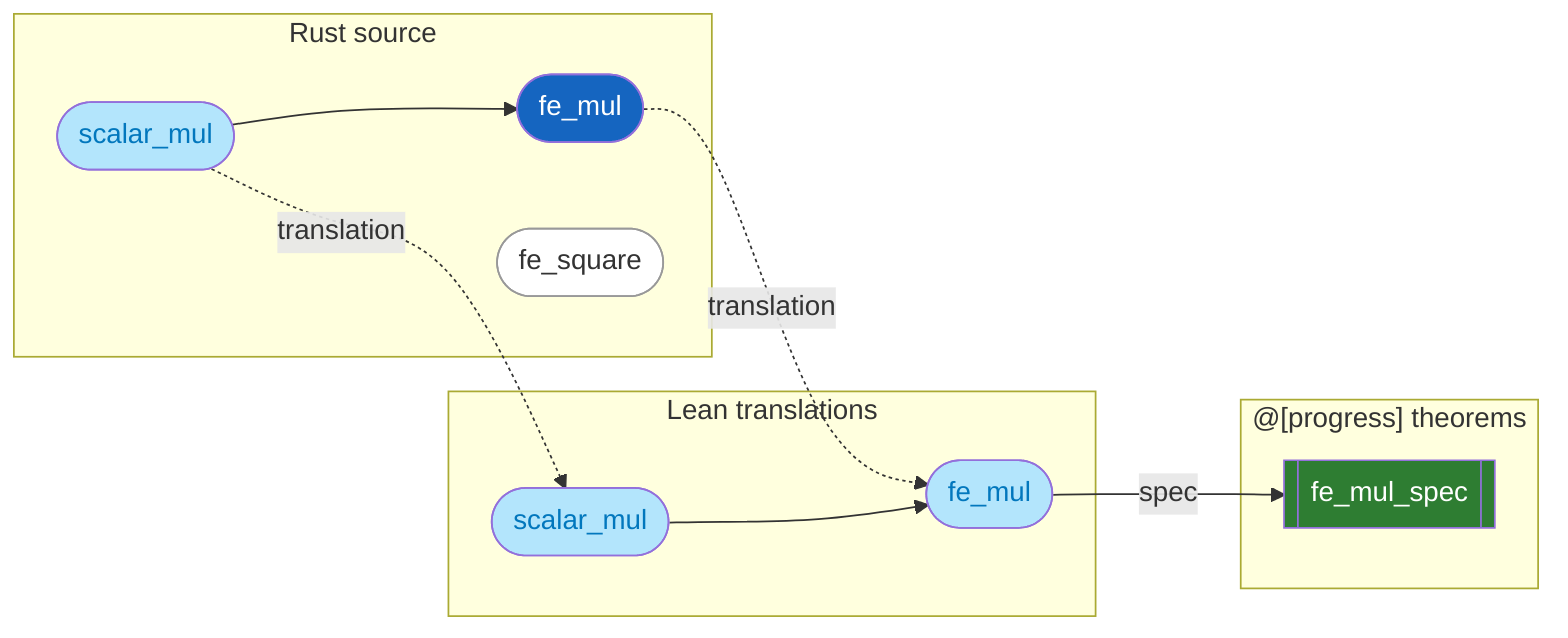
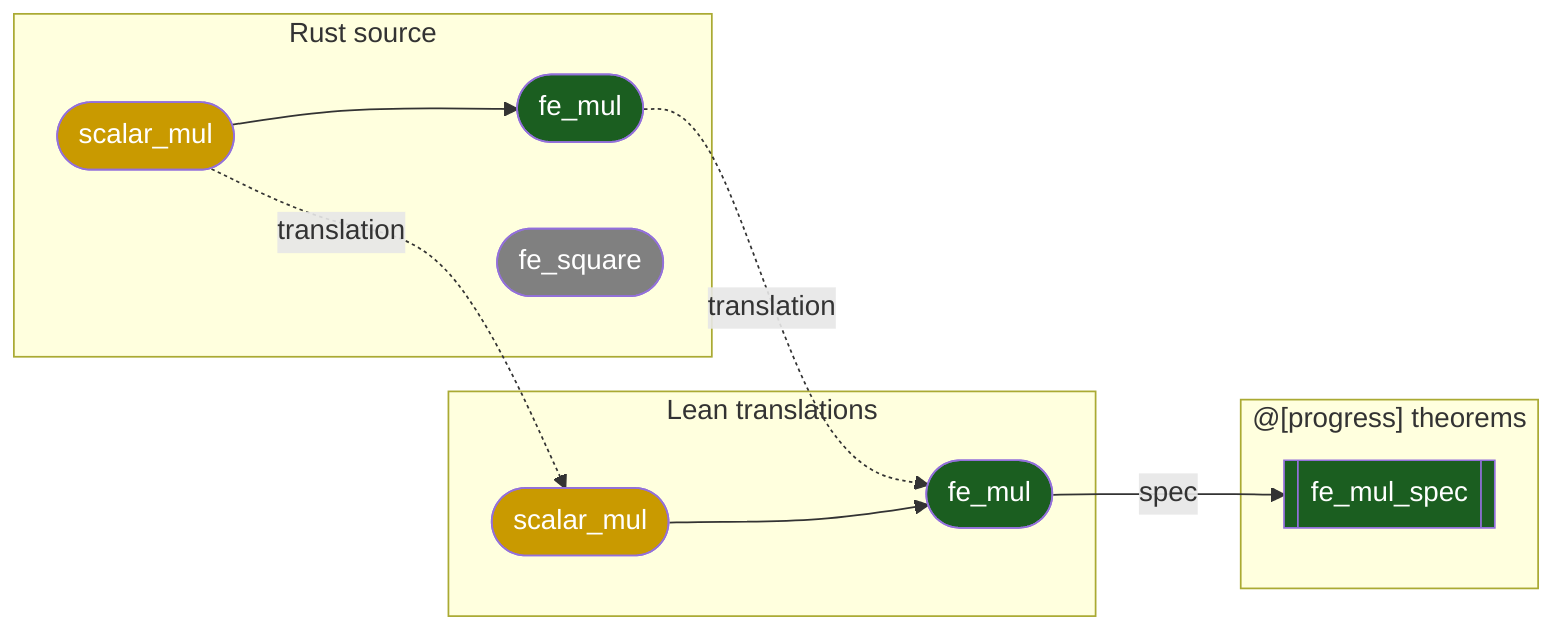
flowchart LR
    subgraph rust [Rust source]
-         r_scalar(["scalar_mul"]):::lightCyan
-         r_fe_mul(["fe_mul"]):::darkBlue
-         r_fe_square(["fe_square"]):::white
+         r_scalar(["scalar_mul"]):::yellow
+         r_fe_mul(["fe_mul"]):::darkGreen
+         r_fe_square(["fe_square"]):::grey
    end
    subgraph lean [Lean translations]
-         l_scalar(["scalar_mul"]):::lightCyan
-         l_fe_mul(["fe_mul"]):::lightCyan
+         l_scalar(["scalar_mul"]):::yellow
+         l_fe_mul(["fe_mul"]):::darkGreen
    end
    subgraph specs ["@[progress] theorems"]
        s_fe_mul[["fe_mul_spec"]]:::darkGreen
    end
    r_scalar -.->|translation| l_scalar
    r_fe_mul -.->|translation| l_fe_mul
    l_fe_mul -->|spec| s_fe_mul
    r_scalar --> r_fe_mul
    l_scalar --> l_fe_mul
-     classDef white fill:#fff,color:#333,stroke:#999
-     classDef lightCyan fill:#b3e5fc,color:#0277bd
-     classDef darkBlue fill:#1565c0,color:#fff
-     classDef darkGreen fill:#2e7d32,color:#fff
+     classDef grey fill:#808080,color:#fff
+     classDef yellow fill:#C99A00,color:#fff
+     classDef darkGreen fill:#1B5E20,color:#fff
